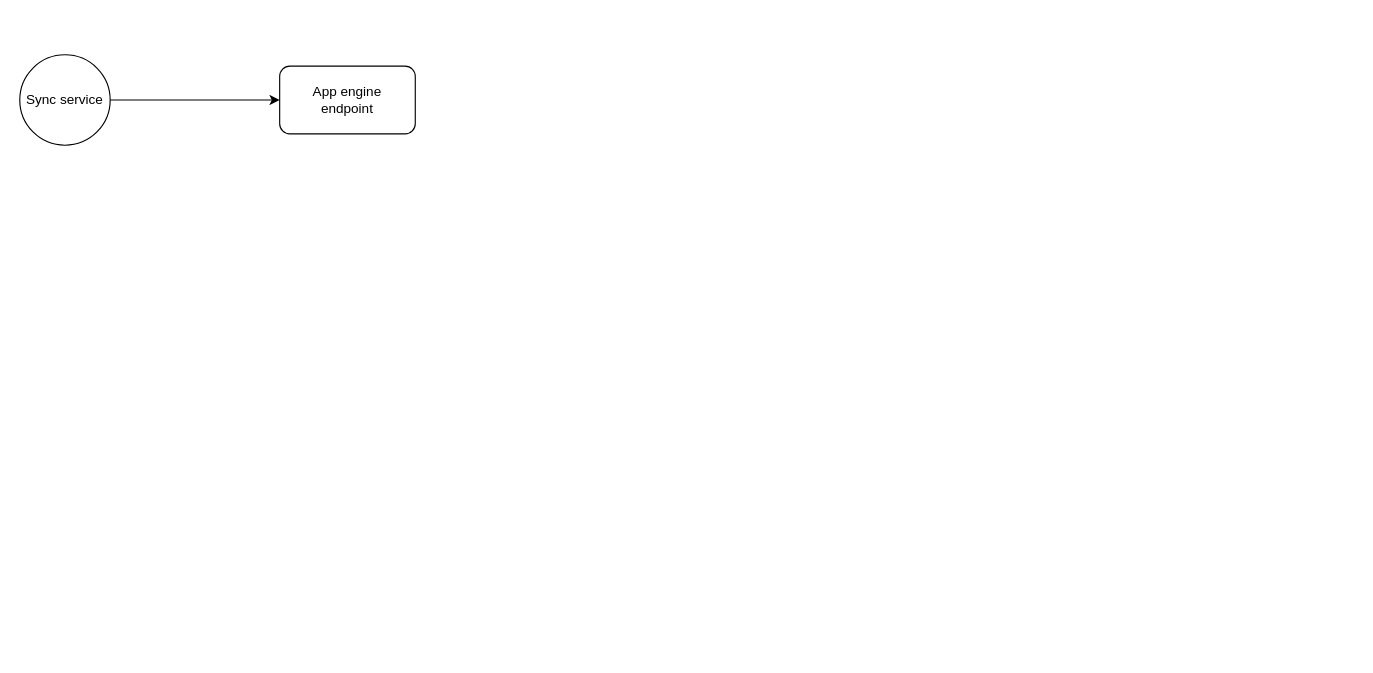
Before: MarketDataSyncService.drawio in Rajesh-Khanna/Diagrams, a draw.io diagram. Source tidied: cells renumbered, new cells numbered last; positions are measured from the earlier drawing's top-left corner, leaving out a move shared by most shapes. Both pictures are drawn from the tidied source at 113%, with x=0, y=0 at pixel (19, 54). Pictures stored in the file or linked from it are replaced by grey dashed boxes.
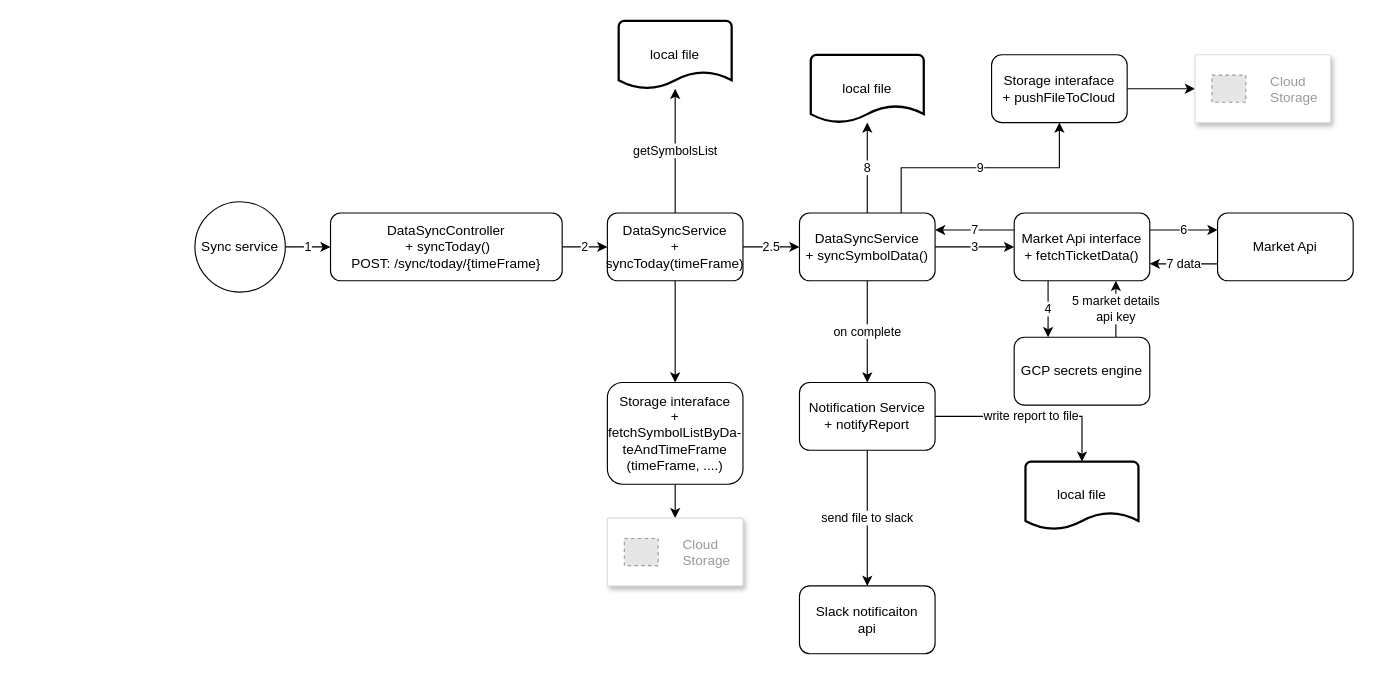
The same diagram, later.

Commit message:
basic outline added

Change to the diagram source:
```diff
@@
-    <mxCell id="2" style="edgeStyle=orthogonalEdgeStyle;rounded=0;jettySize=auto;html=1;entryX=0;entryY=0.5;entryDx=0;entryDy=0;" parent="1" edge="1" source="4" target="3">
+    <mxCell id="2" value="1" style="edgeStyle=orthogonalEdgeStyle;rounded=0;jettySize=auto;html=1;entryX=0;entryY=0.5;entryDx=0;entryDy=0;" parent="1" edge="1" source="4" target="3">
       <mxGeometry relative="1" as="geometry" />
     </mxCell>
+    <mxCell id="5" value="2.5" style="edgeStyle=orthogonalEdgeStyle;rounded=0;jettySize=auto;html=1;entryX=0;entryY=0.5;entryDx=0;entryDy=0;startArrow=none;" parent="1" edge="1" source="30" target="9">
+      <mxGeometry relative="1" as="geometry" />
+    </mxCell>
+    <mxCell id="6" value="2" style="edgeStyle=orthogonalEdgeStyle;rounded=0;jettySize=auto;html=1;entryX=0;entryY=0.5;entryDx=0;entryDy=0;" parent="1" edge="1" source="3" target="30">
+      <mxGeometry relative="1" as="geometry" />
+    </mxCell>
-    <mxCell id="3" value="App engine &lt;br&gt;endpoint" style="rounded=1;whiteSpace=wrap;html=1;" parent="1" vertex="1">
-      <mxGeometry x="230" y="10" width="120" height="60" as="geometry" />
+    <mxCell id="3" value="DataSyncController&lt;br&gt;&amp;nbsp;+ syncToday()&lt;br&gt;POST: /sync/today/{timeFrame}" style="rounded=1;whiteSpace=wrap;html=1;" parent="1" vertex="1">
+      <mxGeometry x="275" y="140" width="205" height="60" as="geometry" />
     </mxCell>
     <mxCell id="4" value="Sync service" style="ellipse;whiteSpace=wrap;html=1;" parent="1" vertex="1">
-      <mxGeometry width="80" height="80" as="geometry" />
+      <mxGeometry x="155" y="130" width="80" height="80" as="geometry" />
     </mxCell>
+    <mxCell id="7" value="3" style="edgeStyle=orthogonalEdgeStyle;rounded=0;jettySize=auto;html=1;entryX=0;entryY=0.5;entryDx=0;entryDy=0;" parent="1" edge="1" source="9" target="15">
+      <mxGeometry relative="1" as="geometry" />
+    </mxCell>
+    <mxCell id="8" value="on complete" style="edgeStyle=orthogonalEdgeStyle;rounded=0;jettySize=auto;html=1;entryX=0.5;entryY=0;entryDx=0;entryDy=0;" parent="1" edge="1" source="9" target="27">
+      <mxGeometry relative="1" as="geometry" />
+    </mxCell>
+    <mxCell id="9" value="DataSyncService&lt;br&gt;+ syncSymbolData()" style="rounded=1;whiteSpace=wrap;html=1;" parent="1" vertex="1">
+      <mxGeometry x="690" y="140" width="120" height="60" as="geometry" />
+    </mxCell>
+    <mxCell id="10" value="4" style="edgeStyle=orthogonalEdgeStyle;rounded=0;jettySize=auto;html=1;exitX=0.25;exitY=1;exitDx=0;exitDy=0;entryX=0.25;entryY=0;entryDx=0;entryDy=0;" parent="1" edge="1" source="15" target="17">
+      <mxGeometry relative="1" as="geometry" />
+    </mxCell>
+    <mxCell id="11" value="6" style="edgeStyle=orthogonalEdgeStyle;rounded=0;jettySize=auto;html=1;exitX=1;exitY=0.25;exitDx=0;exitDy=0;entryX=0;entryY=0.25;entryDx=0;entryDy=0;" parent="1" edge="1" source="15" target="19">
+      <mxGeometry relative="1" as="geometry" />
+    </mxCell>
+    <mxCell id="12" value="8" style="edgeStyle=orthogonalEdgeStyle;rounded=0;jettySize=auto;html=1;exitX=0.5;exitY=0;exitDx=0;exitDy=0;" parent="1" edge="1" source="9" target="22">
+      <mxGeometry relative="1" as="geometry" />
+    </mxCell>
+    <mxCell id="13" value="9" style="edgeStyle=orthogonalEdgeStyle;rounded=0;jettySize=auto;html=1;exitX=0.75;exitY=0;exitDx=0;exitDy=0;" parent="1" edge="1" source="9" target="21">
+      <mxGeometry relative="1" as="geometry" />
+    </mxCell>
+    <mxCell id="14" value="7" style="edgeStyle=orthogonalEdgeStyle;rounded=0;jettySize=auto;html=1;exitX=0;exitY=0.25;exitDx=0;exitDy=0;entryX=1;entryY=0.25;entryDx=0;entryDy=0;" parent="1" edge="1" source="15" target="9">
+      <mxGeometry relative="1" as="geometry" />
+    </mxCell>
+    <mxCell id="15" value="Market Api interface&lt;br&gt;+ fetchTicketData()" style="rounded=1;whiteSpace=wrap;html=1;" parent="1" vertex="1">
+      <mxGeometry x="880" y="140" width="120" height="60" as="geometry" />
+    </mxCell>
+    <mxCell id="16" value="5 market details&lt;br&gt;api key" style="edgeStyle=orthogonalEdgeStyle;rounded=0;jettySize=auto;html=1;exitX=0.75;exitY=0;exitDx=0;exitDy=0;entryX=0.75;entryY=1;entryDx=0;entryDy=0;" parent="1" edge="1" source="17" target="15">
+      <mxGeometry relative="1" as="geometry" />
+    </mxCell>
+    <mxCell id="17" value="GCP secrets engine" style="rounded=1;whiteSpace=wrap;html=1;" parent="1" vertex="1">
+      <mxGeometry x="880" y="250" width="120" height="60" as="geometry" />
+    </mxCell>
+    <mxCell id="18" value="7 data" style="edgeStyle=orthogonalEdgeStyle;rounded=0;jettySize=auto;html=1;exitX=0;exitY=0.75;exitDx=0;exitDy=0;entryX=1;entryY=0.75;entryDx=0;entryDy=0;" parent="1" edge="1" source="19" target="15">
+      <mxGeometry relative="1" as="geometry" />
+    </mxCell>
+    <mxCell id="19" value="Market Api" style="rounded=1;whiteSpace=wrap;html=1;" parent="1" vertex="1">
+      <mxGeometry x="1060" y="140" width="120" height="60" as="geometry" />
+    </mxCell>
+    <mxCell id="20" style="edgeStyle=orthogonalEdgeStyle;rounded=0;jettySize=auto;html=1;entryX=0;entryY=0.5;entryDx=0;entryDy=0;" parent="1" edge="1" source="21" target="23">
+      <mxGeometry relative="1" as="geometry" />
+    </mxCell>
+    <mxCell id="21" value="Storage interaface&lt;br&gt;+ pushFileToCloud" style="rounded=1;whiteSpace=wrap;html=1;" parent="1" vertex="1">
+      <mxGeometry x="860" width="120" height="60" as="geometry" />
+    </mxCell>
+    <mxCell id="22" value="local file" style="strokeWidth=2;html=1;shape=mxgraph.flowchart.document2;whiteSpace=wrap;size=0.25;" parent="1" vertex="1">
+      <mxGeometry x="700" width="100" height="60" as="geometry" />
+    </mxCell>
+    <mxCell id="23" style="strokeColor=#dddddd;shadow=1;strokeWidth=1;rounded=1;absoluteArcSize=1;arcSize=2;" parent="1" vertex="1">
+      <mxGeometry x="1040" width="120" height="60" as="geometry" />
+    </mxCell>
+    <mxCell id="24" value="Cloud&#10;Storage" style="fillColor=#E6E6E6;strokeColor=#999999;dashed=1;fontColor=#999999;verticalLabelPosition=middle;labelBackgroundColor=#ffffff;verticalAlign=middle;labelPosition=right;align=left;spacingLeft=20;" parent="23" vertex="1">
+      <mxGeometry width="30" height="24" relative="1" as="geometry">
+        <mxPoint x="15" y="18" as="offset" />
+      </mxGeometry>
+    </mxCell>
+    <mxCell id="25" value="send file to slack" style="edgeStyle=orthogonalEdgeStyle;rounded=0;jettySize=auto;html=1;entryX=0.5;entryY=0;entryDx=0;entryDy=0;" parent="1" edge="1" source="27" target="35">
+      <mxGeometry relative="1" as="geometry" />
+    </mxCell>
+    <mxCell id="26" value="write report to file" style="edgeStyle=orthogonalEdgeStyle;rounded=0;jettySize=auto;html=1;entryX=0.5;entryY=0;entryDx=0;entryDy=0;entryPerimeter=0;" parent="1" edge="1" source="27" target="36">
+      <mxGeometry relative="1" as="geometry" />
+    </mxCell>
+    <mxCell id="27" value="Notification Service&lt;br&gt;+ notifyReport" style="rounded=1;whiteSpace=wrap;html=1;" parent="1" vertex="1">
+      <mxGeometry x="690" y="290" width="120" height="60" as="geometry" />
+    </mxCell>
+    <mxCell id="28" style="edgeStyle=orthogonalEdgeStyle;rounded=0;jettySize=auto;html=1;entryX=0.5;entryY=0;entryDx=0;entryDy=0;" parent="1" edge="1" source="30" target="32">
+      <mxGeometry relative="1" as="geometry" />
+    </mxCell>
+    <mxCell id="29" value="getSymbolsList" style="edgeStyle=orthogonalEdgeStyle;rounded=0;jettySize=auto;html=1;" parent="1" edge="1" source="30" target="37">
+      <mxGeometry relative="1" as="geometry" />
+    </mxCell>
+    <mxCell id="30" value="DataSyncService&lt;br&gt;+ syncToday(timeFrame)" style="rounded=1;whiteSpace=wrap;html=1;" parent="1" vertex="1">
+      <mxGeometry x="520" y="140" width="120" height="60" as="geometry" />
+    </mxCell>
+    <mxCell id="31" style="edgeStyle=orthogonalEdgeStyle;rounded=0;jettySize=auto;html=1;" parent="1" edge="1" source="32" target="33">
+      <mxGeometry relative="1" as="geometry" />
+    </mxCell>
+    <mxCell id="32" value="Storage interaface&lt;br&gt;+ fetchSymbolListByDa-teAndTimeFrame&lt;br&gt;(timeFrame, ....)" style="rounded=1;whiteSpace=wrap;html=1;" parent="1" vertex="1">
+      <mxGeometry x="520" y="290" width="120" height="90" as="geometry" />
+    </mxCell>
+    <mxCell id="33" style="strokeColor=#dddddd;shadow=1;strokeWidth=1;rounded=1;absoluteArcSize=1;arcSize=2;" parent="1" vertex="1">
+      <mxGeometry x="520" y="410" width="120" height="60" as="geometry" />
+    </mxCell>
+    <mxCell id="34" value="Cloud&#10;Storage" style="fillColor=#E6E6E6;strokeColor=#999999;dashed=1;fontColor=#999999;verticalLabelPosition=middle;labelBackgroundColor=#ffffff;verticalAlign=middle;labelPosition=right;align=left;spacingLeft=20;" parent="33" vertex="1">
+      <mxGeometry width="30" height="24" relative="1" as="geometry">
+        <mxPoint x="15" y="18" as="offset" />
+      </mxGeometry>
+    </mxCell>
+    <mxCell id="35" value="Slack notificaiton&lt;br&gt;api" style="rounded=1;whiteSpace=wrap;html=1;" parent="1" vertex="1">
+      <mxGeometry x="690" y="470" width="120" height="60" as="geometry" />
+    </mxCell>
+    <mxCell id="36" value="local file" style="strokeWidth=2;html=1;shape=mxgraph.flowchart.document2;whiteSpace=wrap;size=0.25;" parent="1" vertex="1">
+      <mxGeometry x="890" y="360" width="100" height="60" as="geometry" />
+    </mxCell>
+    <mxCell id="37" value="local file" style="strokeWidth=2;html=1;shape=mxgraph.flowchart.document2;whiteSpace=wrap;size=0.25;" parent="1" vertex="1">
+      <mxGeometry x="530" y="-30" width="100" height="60" as="geometry" />
+    </mxCell>
```
